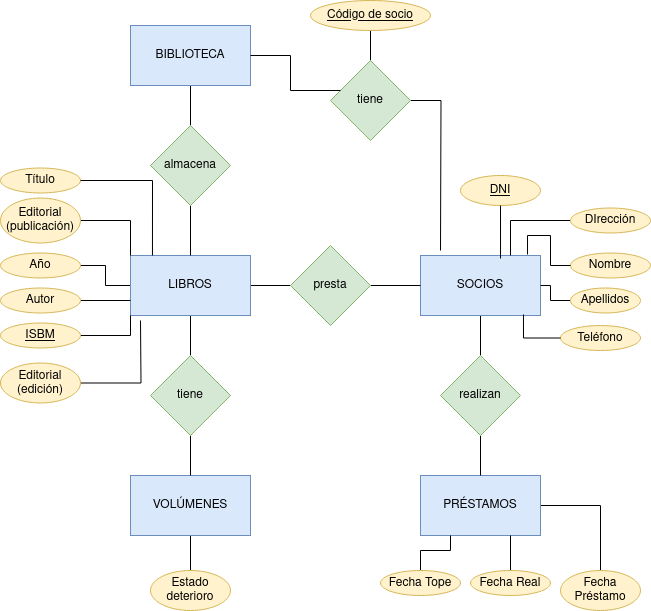
The draw.io diagram Unidad-1/Tareas/Tarea 1/tarea7.drawio.png in YoooKai/Base-de-Datos, before a commit. Source tidied: cells renumbered, new cells last; positions are measured from the earlier drawing's top-left corner, leaving out a move shared by most shapes.
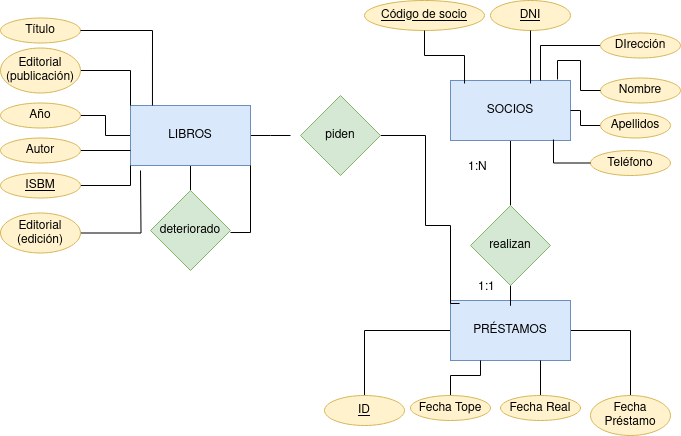
After the commit.

Diff of the diagram source:
```diff
@@ -2,8 +2,10 @@
   <root>
     <mxCell id="0" />
     <mxCell id="1" parent="0" />
-    <mxCell id="2" style="edgeStyle=orthogonalEdgeStyle;rounded=0;jettySize=auto;html=1;entryX=0;entryY=0.5;entryDx=0;entryDy=0;endArrow=none;endFill=0;" parent="1" edge="1" source="5" target="13">
-      <mxGeometry relative="1" as="geometry" />
+    <mxCell id="2" style="edgeStyle=orthogonalEdgeStyle;rounded=0;jettySize=auto;html=1;entryX=0;entryY=0.5;entryDx=0;entryDy=0;endArrow=none;endFill=0;" parent="1" edge="1" source="5">
+      <mxGeometry relative="1" as="geometry">
+        <mxPoint x="260" y="310" as="targetPoint" />
+      </mxGeometry>
     </mxCell>
     <mxCell id="3" style="edgeStyle=orthogonalEdgeStyle;rounded=0;jettySize=auto;html=1;endArrow=none;endFill=0;" parent="1" edge="1" source="5" target="33">
       <mxGeometry relative="1" as="geometry" />
@@ -12,7 +14,7 @@
       <mxGeometry relative="1" as="geometry" />
     </mxCell>
     <mxCell id="5" value="LIBROS" style="rounded=0;whiteSpace=wrap;html=1;fillColor=#dae8fc;strokeColor=#6c8ebf;" parent="1" vertex="1">
-      <mxGeometry x="130" y="255" width="120" height="60" as="geometry" />
+      <mxGeometry x="100" y="280" width="120" height="60" as="geometry" />
     </mxCell>
     <mxCell id="6" style="edgeStyle=orthogonalEdgeStyle;rounded=0;jettySize=auto;html=1;endArrow=none;endFill=0;" parent="1" edge="1" source="7" target="15">
       <mxGeometry relative="1" as="geometry" />
@@ -23,38 +25,33 @@
     <mxCell id="8" style="edgeStyle=orthogonalEdgeStyle;rounded=0;jettySize=auto;html=1;entryX=0.5;entryY=0;entryDx=0;entryDy=0;endArrow=none;endFill=0;" parent="1" edge="1" source="9" target="45">
       <mxGeometry relative="1" as="geometry" />
     </mxCell>
+    <mxCell id="54" style="edgeStyle=orthogonalEdgeStyle;rounded=0;jettySize=auto;html=1;entryX=0.5;entryY=0;entryDx=0;entryDy=0;endArrow=none;endFill=0;" parent="1" edge="1" source="9" target="57">
+      <mxGeometry relative="1" as="geometry" />
+    </mxCell>
     <mxCell id="9" value="PRÉSTAMOS" style="rounded=0;whiteSpace=wrap;html=1;fillColor=#dae8fc;strokeColor=#6c8ebf;" parent="1" vertex="1">
       <mxGeometry x="420" y="475" width="120" height="60" as="geometry" />
     </mxCell>
-    <mxCell id="10" style="edgeStyle=orthogonalEdgeStyle;rounded=0;jettySize=auto;html=1;endArrow=none;endFill=0;" parent="1" edge="1" source="11" target="17">
-      <mxGeometry relative="1" as="geometry" />
-    </mxCell>
-    <mxCell id="11" value="BIBLIOTECA" style="rounded=0;whiteSpace=wrap;html=1;fillColor=#dae8fc;strokeColor=#6c8ebf;" parent="1" vertex="1">
-      <mxGeometry x="130" y="25" width="120" height="60" as="geometry" />
-    </mxCell>
-    <mxCell id="12" style="edgeStyle=orthogonalEdgeStyle;rounded=0;jettySize=auto;html=1;entryX=0;entryY=0.5;entryDx=0;entryDy=0;endArrow=none;endFill=0;" parent="1" edge="1" source="13" target="7">
-      <mxGeometry relative="1" as="geometry" />
+    <mxCell id="12" style="edgeStyle=orthogonalEdgeStyle;rounded=0;jettySize=auto;html=1;endArrow=none;endFill=0;entryX=0.106;entryY=1.1;entryDx=0;entryDy=0;entryPerimeter=0;" parent="1" edge="1" source="13" target="59">
+      <mxGeometry relative="1" as="geometry">
+        <Array as="points">
+          <mxPoint x="395" y="310" />
+          <mxPoint x="395" y="400" />
+          <mxPoint x="420" y="400" />
+          <mxPoint x="420" y="478" />
+        </Array>
+      </mxGeometry>
     </mxCell>
-    <mxCell id="13" value="presta" style="rhombus;whiteSpace=wrap;html=1;fillColor=#d5e8d4;strokeColor=#82b366;" parent="1" vertex="1">
-      <mxGeometry x="290" y="245" width="80" height="80" as="geometry" />
+    <mxCell id="13" value="piden" style="rhombus;whiteSpace=wrap;html=1;fillColor=#d5e8d4;strokeColor=#82b366;" parent="1" vertex="1">
+      <mxGeometry x="270" y="270" width="80" height="80" as="geometry" />
     </mxCell>
     <mxCell id="14" style="edgeStyle=orthogonalEdgeStyle;rounded=0;jettySize=auto;html=1;entryX=0.5;entryY=0;entryDx=0;entryDy=0;endArrow=none;endFill=0;" parent="1" edge="1" source="15" target="9">
       <mxGeometry relative="1" as="geometry" />
     </mxCell>
     <mxCell id="15" value="realizan" style="rhombus;whiteSpace=wrap;html=1;fillColor=#d5e8d4;strokeColor=#82b366;" parent="1" vertex="1">
-      <mxGeometry x="440" y="355" width="80" height="80" as="geometry" />
+      <mxGeometry x="440" y="380" width="80" height="80" as="geometry" />
     </mxCell>
-    <mxCell id="16" style="edgeStyle=orthogonalEdgeStyle;rounded=0;jettySize=auto;html=1;endArrow=none;endFill=0;" parent="1" edge="1" source="17" target="5">
-      <mxGeometry relative="1" as="geometry" />
-    </mxCell>
-    <mxCell id="17" value="almacena" style="rhombus;whiteSpace=wrap;html=1;fillColor=#d5e8d4;strokeColor=#82b366;" parent="1" vertex="1">
-      <mxGeometry x="150" y="125" width="80" height="80" as="geometry" />
-    </mxCell>
-    <mxCell id="18" style="edgeStyle=orthogonalEdgeStyle;rounded=0;jettySize=auto;html=1;endArrow=none;endFill=0;" parent="1" edge="1" source="19" target="52">
-      <mxGeometry relative="1" as="geometry" />
-    </mxCell>
     <mxCell id="19" value="Código de socio" style="ellipse;whiteSpace=wrap;html=1;align=center;fontStyle=4;fillColor=#fff2cc;strokeColor=#d6b656;" parent="1" vertex="1">
-      <mxGeometry x="310" width="120" height="30" as="geometry" />
+      <mxGeometry x="334" y="175" width="120" height="30" as="geometry" />
     </mxCell>
     <mxCell id="20" value="&lt;u&gt;DNI&lt;/u&gt;" style="ellipse;whiteSpace=wrap;html=1;align=center;fillColor=#fff2cc;strokeColor=#d6b656;" parent="1" vertex="1">
       <mxGeometry x="460" y="175" width="80" height="30" as="geometry" />
@@ -90,53 +87,49 @@
     <mxCell id="29" style="edgeStyle=orthogonalEdgeStyle;rounded=0;jettySize=auto;html=1;entryX=0.858;entryY=0.983;entryDx=0;entryDy=0;entryPerimeter=0;endArrow=none;endFill=0;" parent="1" edge="1" source="23" target="7">
       <mxGeometry relative="1" as="geometry" />
     </mxCell>
-    <mxCell id="30" style="edgeStyle=orthogonalEdgeStyle;rounded=0;jettySize=auto;html=1;endArrow=none;endFill=0;" parent="1" edge="1" source="31" target="44">
-      <mxGeometry relative="1" as="geometry" />
-    </mxCell>
-    <mxCell id="31" value="VOLÚMENES" style="rounded=0;whiteSpace=wrap;html=1;fillColor=#dae8fc;strokeColor=#6c8ebf;" parent="1" vertex="1">
-      <mxGeometry x="130" y="475" width="120" height="60" as="geometry" />
-    </mxCell>
-    <mxCell id="32" style="edgeStyle=orthogonalEdgeStyle;rounded=0;jettySize=auto;html=1;entryX=0.5;entryY=0;entryDx=0;entryDy=0;endArrow=none;endFill=0;" parent="1" edge="1" source="33" target="31">
-      <mxGeometry relative="1" as="geometry" />
-    </mxCell>
+    <mxCell id="55" style="edgeStyle=orthogonalEdgeStyle;rounded=0;jettySize=auto;html=1;exitX=0.875;exitY=0.338;exitDx=0;exitDy=0;exitPerimeter=0;endArrow=none;endFill=0;" parent="1" edge="1" target="5">
+      <mxGeometry relative="1" as="geometry">
+        <mxPoint x="200" y="407" as="sourcePoint" />
+        <Array as="points">
+          <mxPoint x="220" y="407" />
+        </Array>
+      </mxGeometry>
+    </mxCell>
-    <mxCell id="33" value="tiene" style="rhombus;whiteSpace=wrap;html=1;fillColor=#d5e8d4;strokeColor=#82b366;" parent="1" vertex="1">
-      <mxGeometry x="150" y="355" width="80" height="80" as="geometry" />
+    <mxCell id="33" value="deteriorado" style="rhombus;whiteSpace=wrap;html=1;fillColor=#d5e8d4;strokeColor=#82b366;" parent="1" vertex="1">
+      <mxGeometry x="120" y="365" width="80" height="80" as="geometry" />
     </mxCell>
     <mxCell id="34" value="Título" style="ellipse;whiteSpace=wrap;html=1;align=center;fillColor=#fff2cc;strokeColor=#d6b656;" parent="1" vertex="1">
-      <mxGeometry y="167.5" width="80" height="25" as="geometry" />
+      <mxGeometry x="-30" y="192.5" width="80" height="25" as="geometry" />
     </mxCell>
     <mxCell id="35" style="edgeStyle=orthogonalEdgeStyle;rounded=0;jettySize=auto;html=1;entryX=0;entryY=0;entryDx=0;entryDy=0;endArrow=none;endFill=0;" parent="1" edge="1" source="36" target="5">
       <mxGeometry relative="1" as="geometry" />
     </mxCell>
     <mxCell id="36" value="Editorial (publicación)" style="ellipse;whiteSpace=wrap;html=1;align=center;fillColor=#fff2cc;strokeColor=#d6b656;" parent="1" vertex="1">
-      <mxGeometry y="197.5" width="80" height="45" as="geometry" />
+      <mxGeometry x="-30" y="222.5" width="80" height="45" as="geometry" />
     </mxCell>
     <mxCell id="37" value="Año" style="ellipse;whiteSpace=wrap;html=1;align=center;fillColor=#fff2cc;strokeColor=#d6b656;" parent="1" vertex="1">
-      <mxGeometry y="252.5" width="80" height="25" as="geometry" />
+      <mxGeometry x="-30" y="277.5" width="80" height="25" as="geometry" />
     </mxCell>
     <mxCell id="38" style="edgeStyle=orthogonalEdgeStyle;rounded=0;jettySize=auto;html=1;entryX=0;entryY=0.75;entryDx=0;entryDy=0;endArrow=none;endFill=0;" parent="1" edge="1" source="39" target="5">
       <mxGeometry relative="1" as="geometry" />
     </mxCell>
     <mxCell id="39" value="Autor" style="ellipse;whiteSpace=wrap;html=1;align=center;fillColor=#fff2cc;strokeColor=#d6b656;" parent="1" vertex="1">
-      <mxGeometry y="287.5" width="80" height="25" as="geometry" />
+      <mxGeometry x="-30" y="312.5" width="80" height="25" as="geometry" />
     </mxCell>
     <mxCell id="40" style="edgeStyle=orthogonalEdgeStyle;rounded=0;jettySize=auto;html=1;entryX=0;entryY=1;entryDx=0;entryDy=0;endArrow=none;endFill=0;" parent="1" edge="1" source="41" target="5">
       <mxGeometry relative="1" as="geometry" />
     </mxCell>
     <mxCell id="41" value="&lt;u&gt;ISBM&lt;/u&gt;" style="ellipse;whiteSpace=wrap;html=1;align=center;fillColor=#fff2cc;strokeColor=#d6b656;" parent="1" vertex="1">
-      <mxGeometry y="322.5" width="80" height="25" as="geometry" />
+      <mxGeometry x="-30" y="347.5" width="80" height="25" as="geometry" />
     </mxCell>
     <mxCell id="42" style="edgeStyle=orthogonalEdgeStyle;rounded=0;jettySize=auto;html=1;endArrow=none;endFill=0;" parent="1" edge="1" source="43">
       <mxGeometry relative="1" as="geometry">
-        <mxPoint x="140" y="320" as="targetPoint" />
+        <mxPoint x="110" y="345" as="targetPoint" />
       </mxGeometry>
     </mxCell>
     <mxCell id="43" value="&lt;div&gt;Editorial&lt;/div&gt;&lt;div&gt;(edición)&lt;br&gt;&lt;/div&gt;" style="ellipse;whiteSpace=wrap;html=1;align=center;fillColor=#fff2cc;strokeColor=#d6b656;" parent="1" vertex="1">
-      <mxGeometry y="362.5" width="80" height="40" as="geometry" />
+      <mxGeometry x="-30" y="387.5" width="80" height="40" as="geometry" />
     </mxCell>
-    <mxCell id="44" value="Estado deterioro" style="ellipse;whiteSpace=wrap;html=1;align=center;fillColor=#fff2cc;strokeColor=#d6b656;" parent="1" vertex="1">
-      <mxGeometry x="150" y="570" width="80" height="40" as="geometry" />
-    </mxCell>
     <mxCell id="45" value="Fecha Préstamo" style="ellipse;whiteSpace=wrap;html=1;align=center;fillColor=#fff2cc;strokeColor=#d6b656;" parent="1" vertex="1">
       <mxGeometry x="560" y="570" width="80" height="40" as="geometry" />
     </mxCell>
@@ -155,16 +148,35 @@
     <mxCell id="50" style="edgeStyle=orthogonalEdgeStyle;rounded=0;jettySize=auto;html=1;entryX=0.183;entryY=0;entryDx=0;entryDy=0;entryPerimeter=0;endArrow=none;endFill=0;" parent="1" edge="1" source="34" target="5">
       <mxGeometry relative="1" as="geometry" />
     </mxCell>
-    <mxCell id="51" style="edgeStyle=orthogonalEdgeStyle;rounded=0;jettySize=auto;html=1;endArrow=none;endFill=0;" parent="1" edge="1" source="52">
-      <mxGeometry relative="1" as="geometry">
-        <mxPoint x="440" y="250" as="targetPoint" />
-      </mxGeometry>
-    </mxCell>
-    <mxCell id="52" value="tiene" style="rhombus;whiteSpace=wrap;html=1;fillColor=#d5e8d4;strokeColor=#82b366;" parent="1" vertex="1">
-      <mxGeometry x="330" y="60" width="80" height="80" as="geometry" />
-    </mxCell>
-    <mxCell id="53" style="edgeStyle=orthogonalEdgeStyle;rounded=0;jettySize=auto;html=1;entryX=0.125;entryY=0.375;entryDx=0;entryDy=0;entryPerimeter=0;endArrow=none;endFill=0;" parent="1" edge="1" source="11" target="52">
-      <mxGeometry relative="1" as="geometry" />
-    </mxCell>
+    <mxCell id="56" style="edgeStyle=orthogonalEdgeStyle;rounded=0;jettySize=auto;html=1;entryX=0.117;entryY=0.05;entryDx=0;entryDy=0;entryPerimeter=0;endArrow=none;endFill=0;" parent="1" edge="1" source="19" target="7">
+      <mxGeometry relative="1" as="geometry" />
+    </mxCell>
+    <mxCell id="57" value="&lt;u&gt;ID&lt;/u&gt;" style="ellipse;whiteSpace=wrap;html=1;align=center;fillColor=#fff2cc;strokeColor=#d6b656;" parent="1" vertex="1">
+      <mxGeometry x="294" y="570" width="80" height="30" as="geometry" />
+    </mxCell>
+    <mxCell id="58" style="shape=table;startSize=0;rowLines=0;fontStyle=0;align=center;strokeColor=none;fillColor=none;whiteSpace=wrap;html=1;" parent="1" vertex="1">
+      <mxGeometry x="410" y="445" width="180" height="30" as="geometry" />
+    </mxCell>
+    <mxCell id="59" style="shape=tableRow;horizontal=0;startSize=0;swimlaneHead=0;swimlaneBody=0;fillColor=none;points=[[0,0.5],[1,0.5]];portConstraint=eastwest;top=0;left=0;right=0;bottom=0;" parent="58" vertex="1">
+      <mxGeometry width="180" height="30" as="geometry" />
+    </mxCell>
+    <mxCell id="60" style="shape=partialRectangle;fillColor=none;top=0;left=0;bottom=0;right=0;overflow=hidden;" parent="59" vertex="1">
+      <mxGeometry width="30" height="30" as="geometry" />
+    </mxCell>
+    <mxCell id="61" value="1:1" style="shape=partialRectangle;fillColor=none;top=0;left=0;bottom=0;right=0;align=left;spacingLeft=6;overflow=hidden;" parent="59" vertex="1">
+      <mxGeometry x="30" width="150" height="30" as="geometry" />
+    </mxCell>
+    <mxCell id="62" style="shape=table;startSize=0;rowLines=0;fontStyle=0;align=center;strokeColor=none;fillColor=none;whiteSpace=wrap;html=1;" parent="1" vertex="1">
+      <mxGeometry x="400" y="325" width="180" height="30" as="geometry" />
+    </mxCell>
+    <mxCell id="63" style="shape=tableRow;horizontal=0;startSize=0;swimlaneHead=0;swimlaneBody=0;fillColor=none;top=0;left=0;right=0;bottom=0;" parent="62" vertex="1">
+      <mxGeometry width="180" height="30" as="geometry" />
+    </mxCell>
+    <mxCell id="64" style="shape=partialRectangle;fillColor=none;top=0;left=0;bottom=0;right=0;overflow=hidden;" parent="63" vertex="1">
+      <mxGeometry width="30" height="30" as="geometry" />
+    </mxCell>
+    <mxCell id="65" value="1:N" style="shape=partialRectangle;fillColor=none;top=0;left=0;bottom=0;right=0;align=left;spacingLeft=6;overflow=hidden;" parent="63" vertex="1">
+      <mxGeometry x="30" width="150" height="30" as="geometry" />
+    </mxCell>
   </root>
 </mxGraphModel>
```
